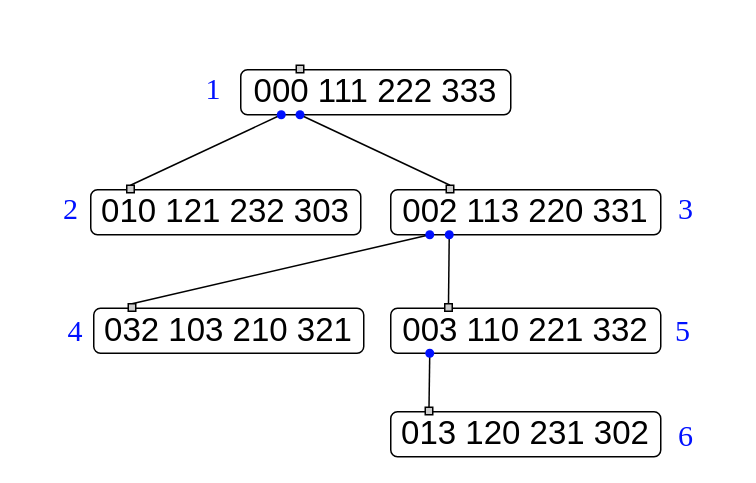
This is Trees/CCRtrees/4k/CCR2/4kCCR2.3.drawio from Al-ttaeeA/research, a draw.io file, before an edit. Source tidied: cells renumbered, new cells numbered last; positions are measured from the earlier drawing's top-left corner, leaving out a move shared by most shapes. Both pictures are drawn from the tidied source at 150%, with x=0, y=0 at pixel (26, 64).
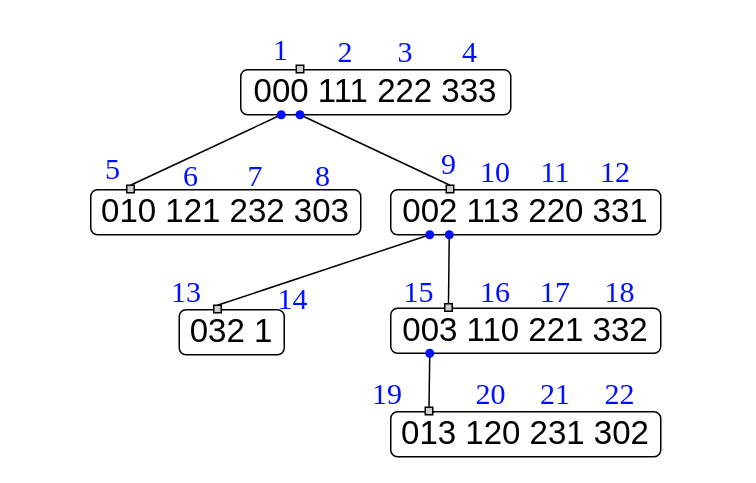
The same diagram, later.

Change to the diagram source:
```diff
@@
-    <mxCell id="6" value="&lt;font style=&quot;font-size: 22px;&quot;&gt;032 103 210 321&lt;/font&gt;" style="rounded=1;whiteSpace=wrap;html=1;" parent="1" vertex="1">
-      <mxGeometry x="45" y="162" width="180" height="30" as="geometry" />
+    <mxCell id="6" value="&lt;font style=&quot;font-size: 22px;&quot;&gt;032 1&lt;/font&gt;" style="rounded=1;whiteSpace=wrap;html=1;" parent="1" vertex="1">
+      <mxGeometry x="102" y="163" width="70" height="30" as="geometry" />
     </mxCell>
@@
     <mxCell id="15" value="&lt;font style=&quot;color: rgb(0, 17, 255); font-size: 20px;&quot; face=&quot;Times New Roman&quot;&gt;1&lt;/font&gt;" style="text;html=1;whiteSpace=wrap;strokeColor=none;fillColor=none;align=center;verticalAlign=middle;rounded=0;" parent="1" vertex="1">
-      <mxGeometry x="95" width="60" height="30" as="geometry" />
+      <mxGeometry x="140" y="-26" width="60" height="30" as="geometry" />
     </mxCell>
@@
     <mxCell id="21" style="rounded=0;whiteSpace=wrap;html=1;fillColor=#CCCCCC;" parent="1" vertex="1">
-      <mxGeometry x="68" y="159" width="5" height="5" as="geometry" />
+      <mxGeometry x="125" y="160" width="5" height="5" as="geometry" />
     </mxCell>
@@
     <mxCell id="25" value="&lt;font style=&quot;color: rgb(0, 17, 255); font-size: 20px;&quot; face=&quot;Times New Roman&quot;&gt;2&lt;/font&gt;" style="text;html=1;whiteSpace=wrap;strokeColor=none;fillColor=none;align=center;verticalAlign=middle;rounded=0;" parent="1" vertex="1">
-      <mxGeometry y="80" width="60" height="30" as="geometry" />
+      <mxGeometry x="183" y="-25" width="60" height="30" as="geometry" />
     </mxCell>
     <mxCell id="26" value="&lt;font style=&quot;color: rgb(0, 17, 255); font-size: 20px;&quot; face=&quot;Times New Roman&quot;&gt;3&lt;/font&gt;" style="text;html=1;whiteSpace=wrap;strokeColor=none;fillColor=none;align=center;verticalAlign=middle;rounded=0;" parent="1" vertex="1">
-      <mxGeometry x="410" y="80" width="60" height="30" as="geometry" />
+      <mxGeometry x="223" y="-25" width="60" height="30" as="geometry" />
     </mxCell>
     <mxCell id="27" value="&lt;font style=&quot;color: rgb(0, 17, 255); font-size: 20px;&quot; face=&quot;Times New Roman&quot;&gt;4&lt;/font&gt;" style="text;html=1;whiteSpace=wrap;strokeColor=none;fillColor=none;align=center;verticalAlign=middle;rounded=0;" parent="1" vertex="1">
-      <mxGeometry x="3" y="161" width="60" height="30" as="geometry" />
+      <mxGeometry x="266" y="-25" width="60" height="30" as="geometry" />
     </mxCell>
-    <mxCell id="28" value="&lt;font style=&quot;color: rgb(0, 17, 255); font-size: 20px;&quot; face=&quot;Times New Roman&quot;&gt;5&lt;/font&gt;" style="text;html=1;whiteSpace=wrap;strokeColor=none;fillColor=none;align=center;verticalAlign=middle;rounded=0;" parent="1" vertex="1">
-      <mxGeometry x="408" y="161" width="60" height="30" as="geometry" />
+    <mxCell id="28" value="&lt;font color=&quot;#0011ff&quot; face=&quot;Times New Roman&quot;&gt;&lt;span style=&quot;font-size: 20px;&quot;&gt;5&lt;/span&gt;&lt;/font&gt;" style="text;html=1;whiteSpace=wrap;strokeColor=none;fillColor=none;align=center;verticalAlign=middle;rounded=0;" parent="1" vertex="1">
+      <mxGeometry x="28" y="53" width="60" height="30" as="geometry" />
     </mxCell>
     <mxCell id="29" value="&lt;font style=&quot;color: rgb(0, 17, 255); font-size: 20px;&quot; face=&quot;Times New Roman&quot;&gt;6&lt;/font&gt;" style="text;html=1;whiteSpace=wrap;strokeColor=none;fillColor=none;align=center;verticalAlign=middle;rounded=0;" parent="1" vertex="1">
-      <mxGeometry x="410" y="231" width="60" height="30" as="geometry" />
+      <mxGeometry x="80" y="58" width="60" height="30" as="geometry" />
     </mxCell>
+    <mxCell id="30" value="&lt;font style=&quot;color: rgb(0, 17, 255); font-size: 20px;&quot; face=&quot;Times New Roman&quot;&gt;7&lt;/font&gt;" style="text;html=1;whiteSpace=wrap;strokeColor=none;fillColor=none;align=center;verticalAlign=middle;rounded=0;" parent="1" vertex="1">
+      <mxGeometry x="123" y="58" width="60" height="30" as="geometry" />
+    </mxCell>
+    <mxCell id="31" value="&lt;font style=&quot;color: rgb(0, 17, 255); font-size: 20px;&quot; face=&quot;Times New Roman&quot;&gt;8&lt;/font&gt;" style="text;html=1;whiteSpace=wrap;strokeColor=none;fillColor=none;align=center;verticalAlign=middle;rounded=0;" parent="1" vertex="1">
+      <mxGeometry x="168" y="58" width="60" height="30" as="geometry" />
+    </mxCell>
+    <mxCell id="32" value="&lt;font style=&quot;color: rgb(0, 17, 255); font-size: 20px;&quot; face=&quot;Times New Roman&quot;&gt;9&lt;/font&gt;" style="text;html=1;whiteSpace=wrap;strokeColor=none;fillColor=none;align=center;verticalAlign=middle;rounded=0;" parent="1" vertex="1">
+      <mxGeometry x="251.5" y="50" width="60" height="30" as="geometry" />
+    </mxCell>
+    <mxCell id="33" value="&lt;font style=&quot;color: rgb(0, 17, 255); font-size: 20px;&quot; face=&quot;Times New Roman&quot;&gt;10&lt;/font&gt;" style="text;html=1;whiteSpace=wrap;strokeColor=none;fillColor=none;align=center;verticalAlign=middle;rounded=0;" parent="1" vertex="1">
+      <mxGeometry x="283" y="55" width="60" height="30" as="geometry" />
+    </mxCell>
+    <mxCell id="34" value="&lt;font style=&quot;color: rgb(0, 17, 255); font-size: 20px;&quot; face=&quot;Times New Roman&quot;&gt;11&lt;/font&gt;" style="text;html=1;whiteSpace=wrap;strokeColor=none;fillColor=none;align=center;verticalAlign=middle;rounded=0;" parent="1" vertex="1">
+      <mxGeometry x="323" y="55" width="60" height="30" as="geometry" />
+    </mxCell>
+    <mxCell id="35" value="&lt;font style=&quot;color: rgb(0, 17, 255); font-size: 20px;&quot; face=&quot;Times New Roman&quot;&gt;12&lt;/font&gt;" style="text;html=1;whiteSpace=wrap;strokeColor=none;fillColor=none;align=center;verticalAlign=middle;rounded=0;" parent="1" vertex="1">
+      <mxGeometry x="363" y="55" width="60" height="30" as="geometry" />
+    </mxCell>
+    <mxCell id="36" value="&lt;font style=&quot;color: rgb(0, 17, 255); font-size: 20px;&quot; face=&quot;Times New Roman&quot;&gt;13&lt;/font&gt;" style="text;html=1;whiteSpace=wrap;strokeColor=none;fillColor=none;align=center;verticalAlign=middle;rounded=0;" parent="1" vertex="1">
+      <mxGeometry x="77" y="135" width="60" height="30" as="geometry" />
+    </mxCell>
+    <mxCell id="37" value="&lt;font style=&quot;color: rgb(0, 17, 255); font-size: 20px;&quot; face=&quot;Times New Roman&quot;&gt;14&lt;/font&gt;" style="text;html=1;whiteSpace=wrap;strokeColor=none;fillColor=none;align=center;verticalAlign=middle;rounded=0;" parent="1" vertex="1">
+      <mxGeometry x="148" y="140" width="60" height="30" as="geometry" />
+    </mxCell>
+    <mxCell id="38" value="&lt;font style=&quot;color: rgb(0, 17, 255); font-size: 20px;&quot; face=&quot;Times New Roman&quot;&gt;15&lt;/font&gt;" style="text;html=1;whiteSpace=wrap;strokeColor=none;fillColor=none;align=center;verticalAlign=middle;rounded=0;" parent="1" vertex="1">
+      <mxGeometry x="232" y="135" width="60" height="30" as="geometry" />
+    </mxCell>
+    <mxCell id="39" value="&lt;font style=&quot;color: rgb(0, 17, 255); font-size: 20px;&quot; face=&quot;Times New Roman&quot;&gt;16&lt;/font&gt;" style="text;html=1;whiteSpace=wrap;strokeColor=none;fillColor=none;align=center;verticalAlign=middle;rounded=0;" parent="1" vertex="1">
+      <mxGeometry x="283" y="135" width="60" height="30" as="geometry" />
+    </mxCell>
+    <mxCell id="40" value="&lt;font style=&quot;color: rgb(0, 17, 255); font-size: 20px;&quot; face=&quot;Times New Roman&quot;&gt;17&lt;/font&gt;" style="text;html=1;whiteSpace=wrap;strokeColor=none;fillColor=none;align=center;verticalAlign=middle;rounded=0;" parent="1" vertex="1">
+      <mxGeometry x="323" y="135" width="60" height="30" as="geometry" />
+    </mxCell>
+    <mxCell id="41" value="&lt;font style=&quot;color: rgb(0, 17, 255); font-size: 20px;&quot; face=&quot;Times New Roman&quot;&gt;18&lt;/font&gt;" style="text;html=1;whiteSpace=wrap;strokeColor=none;fillColor=none;align=center;verticalAlign=middle;rounded=0;" parent="1" vertex="1">
+      <mxGeometry x="366" y="135" width="60" height="30" as="geometry" />
+    </mxCell>
+    <mxCell id="42" value="&lt;font style=&quot;color: rgb(0, 17, 255); font-size: 20px;&quot; face=&quot;Times New Roman&quot;&gt;19&lt;/font&gt;" style="text;html=1;whiteSpace=wrap;strokeColor=none;fillColor=none;align=center;verticalAlign=middle;rounded=0;" parent="1" vertex="1">
+      <mxGeometry x="211" y="203" width="60" height="30" as="geometry" />
+    </mxCell>
+    <mxCell id="43" value="&lt;font style=&quot;color: rgb(0, 17, 255); font-size: 20px;&quot; face=&quot;Times New Roman&quot;&gt;20&lt;/font&gt;" style="text;html=1;whiteSpace=wrap;strokeColor=none;fillColor=none;align=center;verticalAlign=middle;rounded=0;" parent="1" vertex="1">
+      <mxGeometry x="280" y="203" width="60" height="30" as="geometry" />
+    </mxCell>
+    <mxCell id="44" value="&lt;font style=&quot;color: rgb(0, 17, 255); font-size: 20px;&quot; face=&quot;Times New Roman&quot;&gt;21&lt;/font&gt;" style="text;html=1;whiteSpace=wrap;strokeColor=none;fillColor=none;align=center;verticalAlign=middle;rounded=0;" parent="1" vertex="1">
+      <mxGeometry x="323" y="203" width="60" height="30" as="geometry" />
+    </mxCell>
+    <mxCell id="45" value="&lt;font style=&quot;color: rgb(0, 17, 255); font-size: 20px;&quot; face=&quot;Times New Roman&quot;&gt;22&lt;/font&gt;" style="text;html=1;whiteSpace=wrap;strokeColor=none;fillColor=none;align=center;verticalAlign=middle;rounded=0;" parent="1" vertex="1">
+      <mxGeometry x="366" y="203" width="60" height="30" as="geometry" />
+    </mxCell>
```
